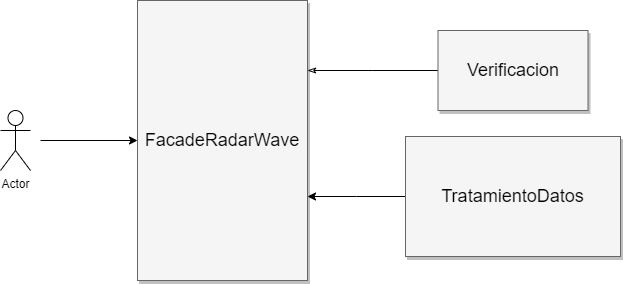
Earlier version of the draw.io export Latex/img/PatronDisenoFacade.png (mecyc/TFG_RADAR_60GHZ). Source tidied: cells renumbered, new cells last; positions are measured from the earlier drawing's top-left corner, leaving out a move shared by most shapes. Source of this version:
```xml
<mxGraphModel>
  <root>
    <mxCell id="0" style="html=1;" />
    <mxCell id="1" style="html=1;" parent="0" />
    <mxCell id="2" style="edgeStyle=elbowEdgeStyle;rounded=0;html=1;startArrow=classicThin;startFill=0;jettySize=auto;fontSize=18;elbow=vertical;endArrow=none;endFill=0;" parent="1" edge="1" source="4" target="5">
      <mxGeometry relative="1" as="geometry" />
    </mxCell>
    <mxCell id="3" style="edgeStyle=elbowEdgeStyle;rounded=0;html=1;startArrow=classic;startFill=1;jettySize=auto;fontSize=18;elbow=vertical;endArrow=none;endFill=0;" parent="1" edge="1" source="4" target="6">
      <mxGeometry relative="1" as="geometry" />
    </mxCell>
    <mxCell id="4" value="FacadeRadarWave" style="whiteSpace=wrap;html=1;shadow=1;fontSize=18;fillColor=#f5f5f5;strokeColor=#666666;" parent="1" vertex="1">
      <mxGeometry x="137" width="170" height="280" as="geometry" />
    </mxCell>
    <mxCell id="5" value="Verificacion" style="whiteSpace=wrap;html=1;shadow=1;fontSize=18;fillColor=#f5f5f5;strokeColor=#666666;" parent="1" vertex="1">
      <mxGeometry x="437.5" y="30" width="150" height="80" as="geometry" />
    </mxCell>
    <mxCell id="6" value="TratamientoDatos" style="whiteSpace=wrap;html=1;shadow=1;fontSize=18;fillColor=#f5f5f5;strokeColor=#666666;" parent="1" vertex="1">
      <mxGeometry x="405" y="136" width="215" height="120" as="geometry" />
    </mxCell>
    <mxCell id="7" style="endArrow=classic;html=1;rounded=0;entryX=0;entryY=0.5;entryDx=0;entryDy=0;" parent="1" edge="1" target="4">
      <mxGeometry relative="1" as="geometry">
        <mxPoint x="40" y="140" as="sourcePoint" />
      </mxGeometry>
    </mxCell>
    <mxCell id="8" value="Actor" style="shape=umlActor;verticalLabelPosition=bottom;verticalAlign=top;html=1;" parent="1" vertex="1">
      <mxGeometry y="110" width="30" height="60" as="geometry" />
    </mxCell>
  </root>
</mxGraphModel>
```
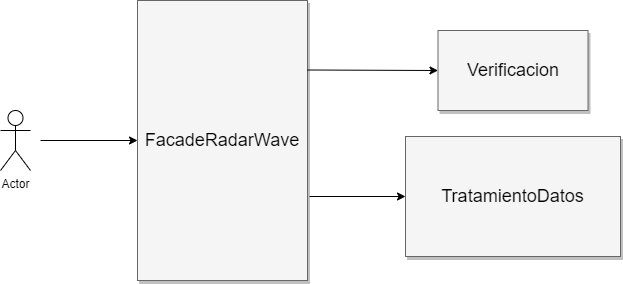
After the change.

What changed in the source:
```diff
@@ -2,12 +2,6 @@
   <root>
     <mxCell id="0" style="html=1;" />
     <mxCell id="1" style="html=1;" parent="0" />
-    <mxCell id="2" style="edgeStyle=elbowEdgeStyle;rounded=0;html=1;startArrow=classicThin;startFill=0;jettySize=auto;fontSize=18;elbow=vertical;endArrow=none;endFill=0;" parent="1" edge="1" source="4" target="5">
-      <mxGeometry relative="1" as="geometry" />
-    </mxCell>
-    <mxCell id="3" style="edgeStyle=elbowEdgeStyle;rounded=0;html=1;startArrow=classic;startFill=1;jettySize=auto;fontSize=18;elbow=vertical;endArrow=none;endFill=0;" parent="1" edge="1" source="4" target="6">
-      <mxGeometry relative="1" as="geometry" />
-    </mxCell>
     <mxCell id="4" value="FacadeRadarWave" style="whiteSpace=wrap;html=1;shadow=1;fontSize=18;fillColor=#f5f5f5;strokeColor=#666666;" parent="1" vertex="1">
       <mxGeometry x="137" width="170" height="280" as="geometry" />
     </mxCell>
@@ -25,5 +19,13 @@
     <mxCell id="8" value="Actor" style="shape=umlActor;verticalLabelPosition=bottom;verticalAlign=top;html=1;" parent="1" vertex="1">
       <mxGeometry y="110" width="30" height="60" as="geometry" />
     </mxCell>
+    <mxCell id="9" style="endArrow=classic;html=1;rounded=0;entryX=0;entryY=0.5;entryDx=0;entryDy=0;" parent="1" edge="1" target="5">
+      <mxGeometry relative="1" as="geometry">
+        <mxPoint x="307" y="69.5" as="sourcePoint" />
+      </mxGeometry>
+    </mxCell>
+    <mxCell id="3" style="endArrow=classic;html=1;rounded=0;entryX=0;entryY=0.5;entryDx=0;entryDy=0;exitX=1.012;exitY=0.7;exitDx=0;exitDy=0;exitPerimeter=0;" parent="1" edge="1" source="4" target="6">
+      <mxGeometry relative="1" as="geometry" />
+    </mxCell>
   </root>
 </mxGraphModel>
```
